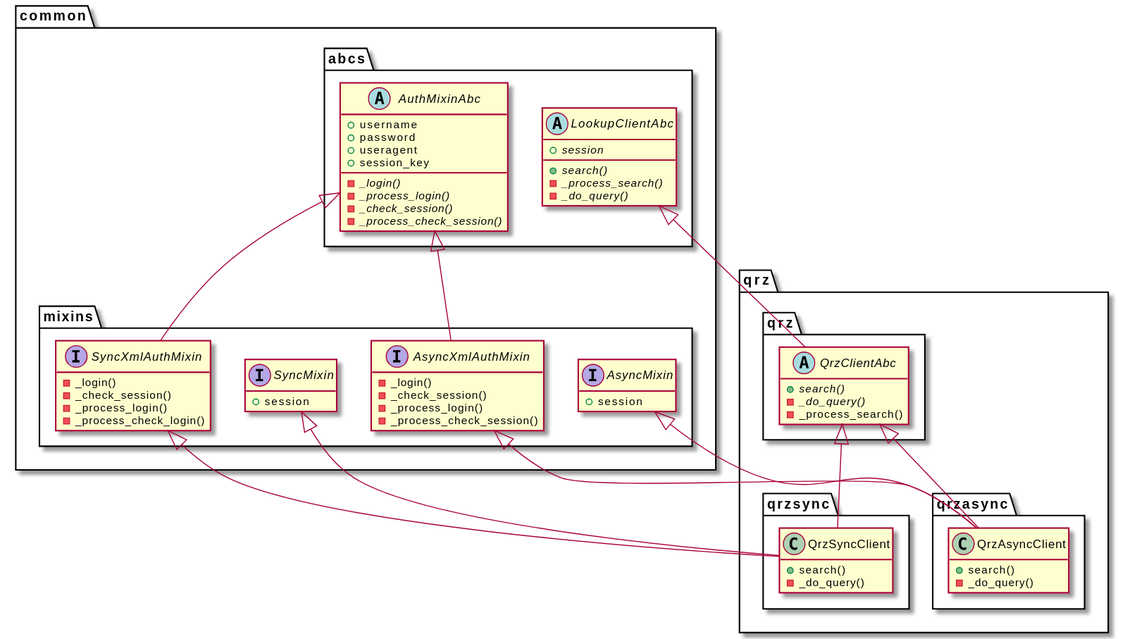
Above: devnotes/cltinheritance.svg in miaowware/callsignlookuptools (PlantUML), before the change. Source of this version:
```plantuml
@startuml cltinheritance

namespace common {
    namespace abcs {
        abstract LookupClientAbc {
            + {abstract} session
            + {abstract} search()
            - {abstract} _process_search()
            - {abstract} _do_query()
        }

        abstract AuthMixinAbc {
            + username
            + password
            + useragent
            + session_key
            - {abstract} _login()
            - {abstract} _process_login()
            - {abstract} _check_session()
            - {abstract} _process_check_session()
        }
    }

    namespace mixins {
        interface AsyncMixin {
            + session
        }

        interface AsyncXmlAuthMixin {
            - _login()
            - _check_session()
            - _process_login()
            - _process_check_session()
        }

        interface SyncMixin {
            + session
        }

        interface SyncXmlAuthMixin {
            - _login()
            - _check_session()
            - _process_login()
            - _process_check_login()
        }
    }
}

namespace qrz {
    namespace qrz {
        abstract QrzClientAbc {
            + {abstract} search()
            - {abstract} _do_query()
            - _process_search()
        }
    }

    namespace qrzasync {
        class QrzAsyncClient {
            + search()
            - _do_query()
        }
    }

    namespace qrzsync {
        class QrzSyncClient {
            + search()
            - _do_query()
        }
    }
}

qrz.qrz.QrzClientAbc <|-- qrz.qrzasync.QrzAsyncClient
common.mixins.AsyncMixin <|-- qrz.qrzasync.QrzAsyncClient
common.mixins.AsyncXmlAuthMixin <|-- qrz.qrzasync.QrzAsyncClient

qrz.qrz.QrzClientAbc <|-- qrz.qrzsync.QrzSyncClient
common.mixins.SyncMixin <|-- qrz.qrzsync.QrzSyncClient
common.mixins.SyncXmlAuthMixin <|-- qrz.qrzsync.QrzSyncClient

common.abcs.LookupClientAbc <|-- qrz.qrz.QrzClientAbc

common.abcs.AuthMixinAbc <|-- common.mixins.AsyncXmlAuthMixin
common.abcs.AuthMixinAbc <|-- common.mixins.SyncXmlAuthMixin

hide empty members

@enduml
```
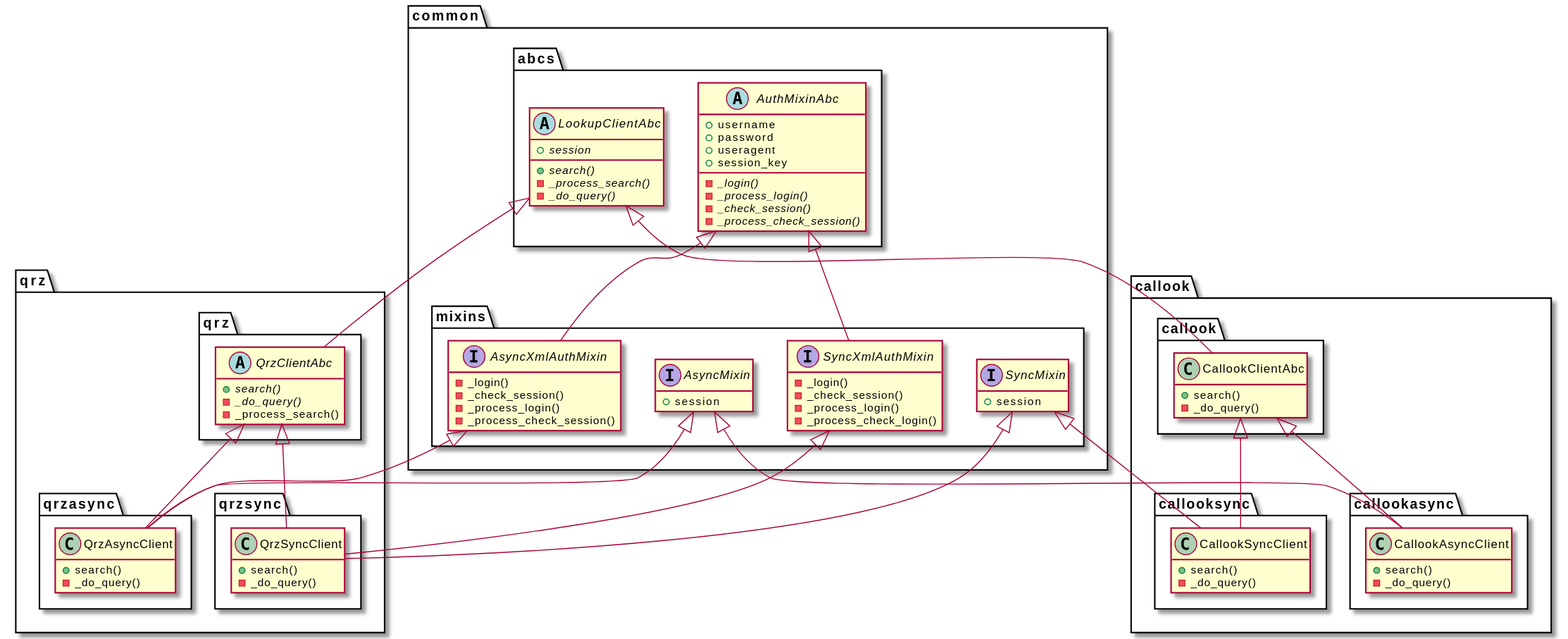
After the commit.

Change to the diagram source:
```diff
@@ -70,6 +70,27 @@
     }
 }
 
+namespace callook {
+    namespace callook {
+        class CallookClientAbc {
+            + search()
+            - _do_query()
+        }
+    }
+    namespace callookasync {
+        class CallookAsyncClient {
+            + search()
+            - _do_query()
+        }
+    }
+    namespace callooksync {
+        class CallookSyncClient {
+            + search()
+            - _do_query()
+        }
+    }
+}
+
 qrz.qrz.QrzClientAbc <|-- qrz.qrzasync.QrzAsyncClient
 common.mixins.AsyncMixin <|-- qrz.qrzasync.QrzAsyncClient
 common.mixins.AsyncXmlAuthMixin <|-- qrz.qrzasync.QrzAsyncClient
@@ -80,8 +101,17 @@
 
 common.abcs.LookupClientAbc <|-- qrz.qrz.QrzClientAbc
 
+callook.callook.CallookClientAbc <|-- callook.callookasync.CallookAsyncClient
+common.mixins.AsyncMixin <|-- callook.callookasync.CallookAsyncClient
+
+callook.callook.CallookClientAbc <|-- callook.callooksync.CallookSyncClient
+common.mixins.SyncMixin <|-- callook.callooksync.CallookSyncClient
+
+common.abcs.LookupClientAbc <|-- callook.callook.CallookClientAbc
+
 common.abcs.AuthMixinAbc <|-- common.mixins.AsyncXmlAuthMixin
 common.abcs.AuthMixinAbc <|-- common.mixins.SyncXmlAuthMixin
+
 
 hide empty members
 
```
